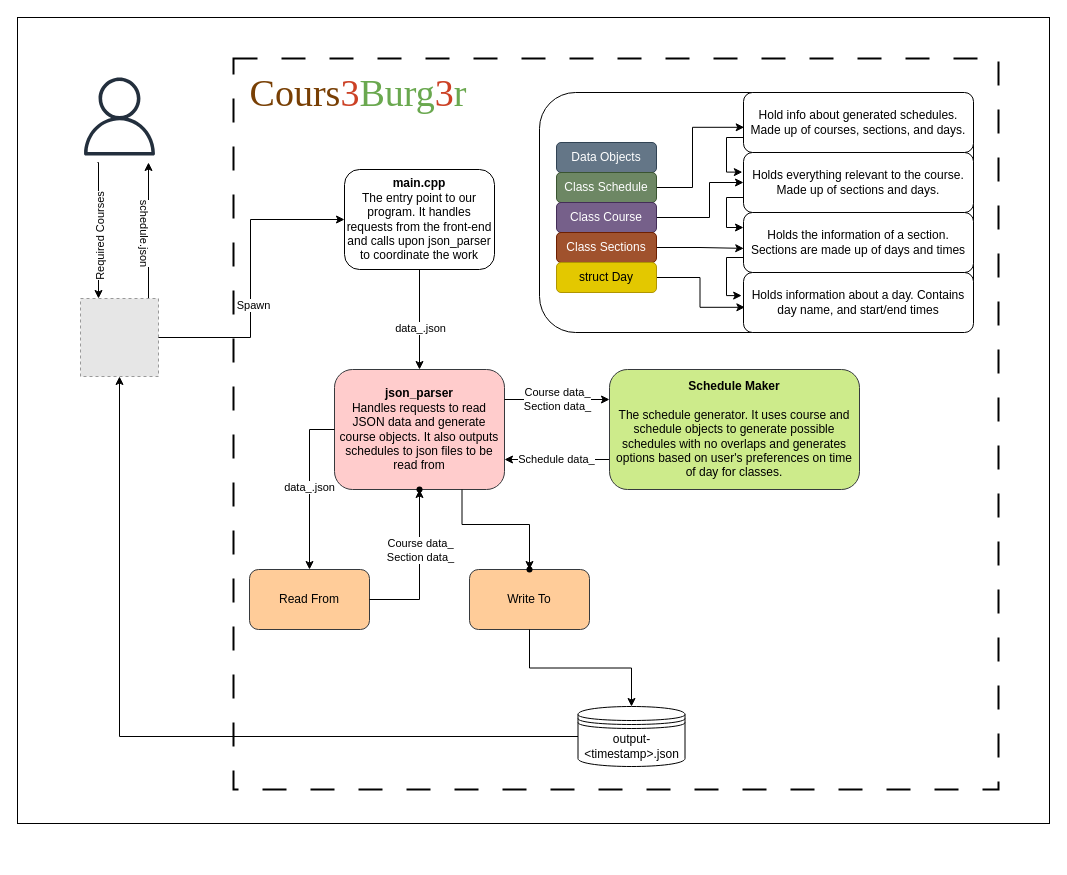
Before: backend/flowchart.drawio in CS222-UIUC/course-project-team-burg3r, a draw.io diagram. Source tidied: cells renumbered, new cells numbered last; positions are measured from the earlier drawing's top-left corner, leaving out a move shared by most shapes. Both pictures are drawn from the tidied source at 100%, with x=0, y=0 at pixel (17, 17). Pictures stored in the file or linked from it are replaced by grey dashed boxes.
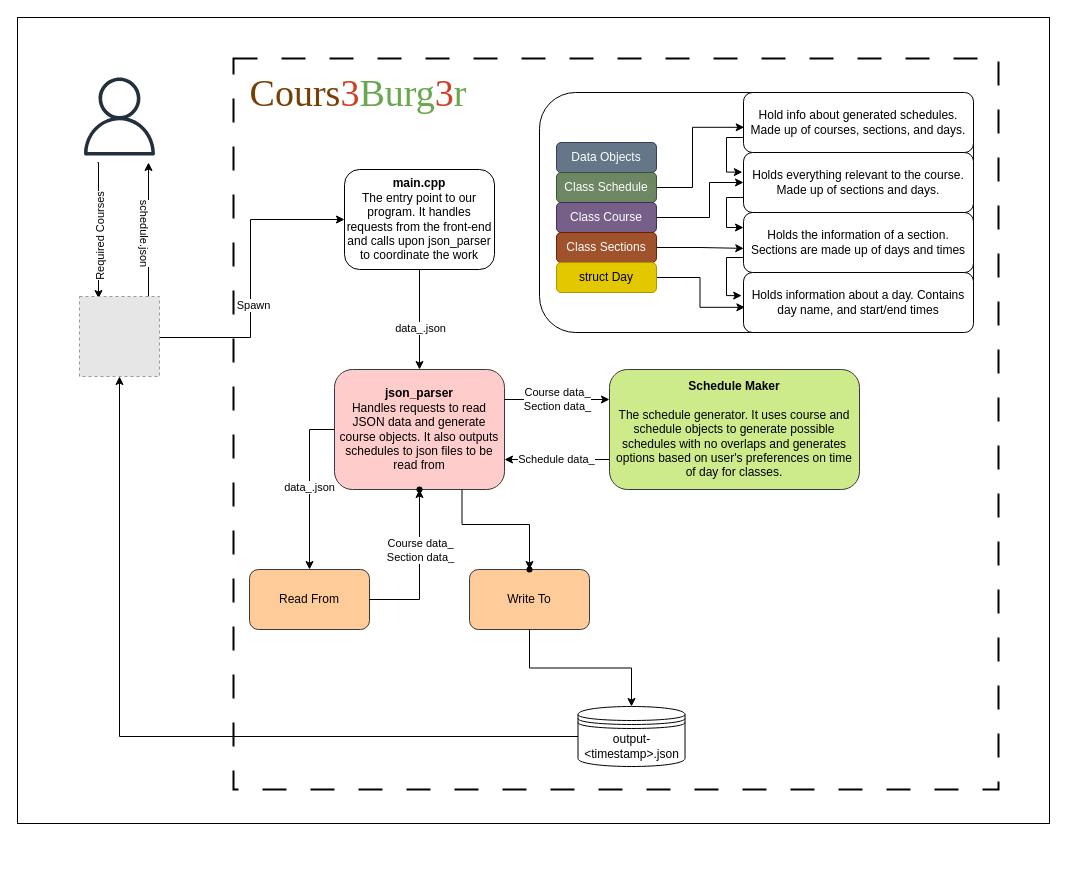
Above is the later version.

The change refers to these unchanged cells:
```xml
<mxCell id="2" style="group;" parent="1" vertex="1">
  <mxGeometry x="63" y="41" width="969" height="799" as="geometry" />
</mxCell>
```

Change to the diagram source:
```diff
@@
-    <mxCell id="11" style="fillColor=#E6E6E6;strokeColor=#999999;dashed=1;html=1;verticalAlign=top;verticalLabelPosition=bottom;labelBackgroundColor=#ffffff;" parent="2" vertex="1">
-      <mxGeometry y="240" width="78" height="78" as="geometry" />
-    </mxCell>
@@
+    <mxCell id="51" style="fillColor=#E6E6E6;strokeColor=#999999;dashed=1;verticalLabelPosition=bottom;labelBackgroundColor=default;verticalAlign=top;" parent="2" vertex="1">
+      <mxGeometry x="-1" y="238" width="80" height="80" as="geometry" />
+    </mxCell>
```
